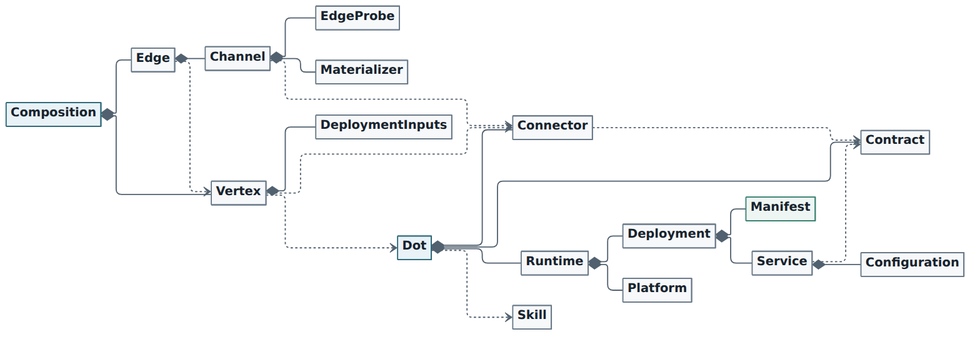
MARE-EU-Project/DOT-Docs keeps this Mermaid diagram as DOT-Design/next/dot-design/_images/diagrams/domain-a4.png. Above is the earlier version. Its source is kept beside it as DOT-Design/next/dot-design/_attachments/diagrams/domain-a4.mmd.
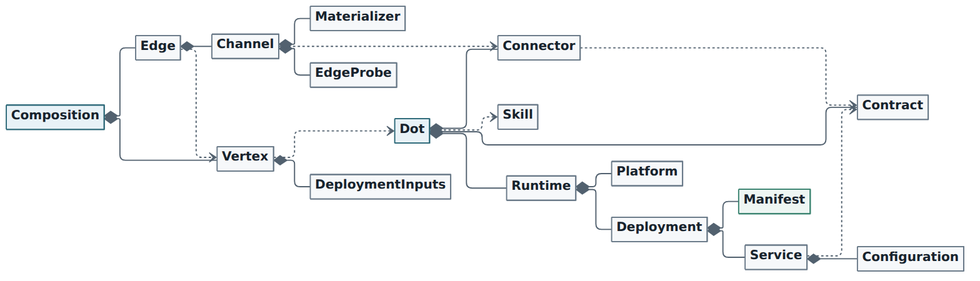
Above is the later version.

What changed in the source:
```diff
@@ -48,7 +48,6 @@
   Vertex ..> Dot
   Edge ..> Vertex
   Channel ..> Connector
-  Vertex ..> Connector
   Connector ..> Contract
   style Dot fill:#e8f2f7,stroke:#2b6777,color:#17232d,stroke-width:1.5px
   style Skill fill:#f6f8fa,stroke:#687887,color:#17232d,stroke-width:1.5px
```
